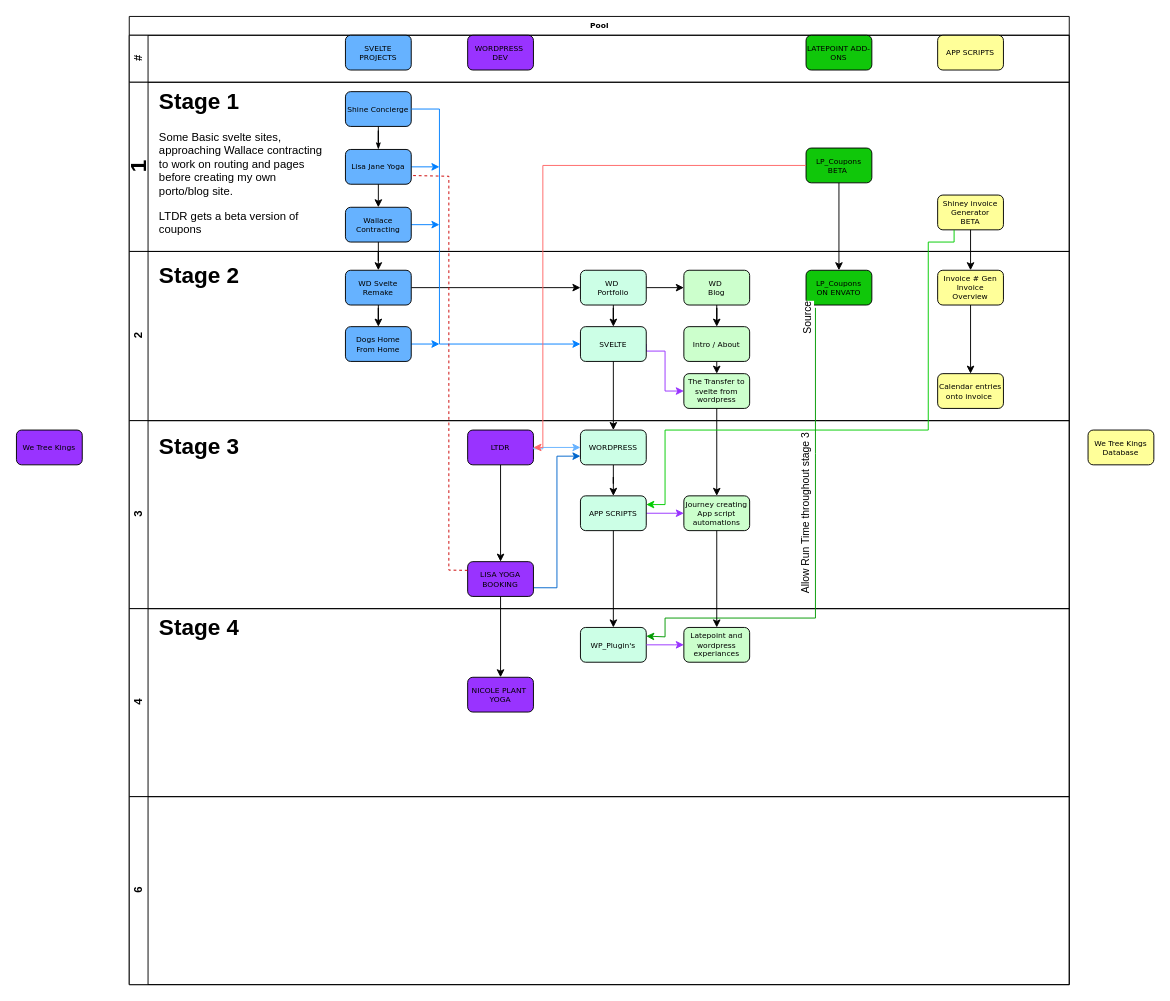
Above: Untitled Diagram.drawio in weedavedev/pathway (draw.io), before the change. Source tidied: cells renumbered, new cells numbered last; positions are measured from the earlier drawing's top-left corner, leaving out a move shared by most shapes. Both pictures are drawn from the tidied source at 94%, with x=0, y=0 at pixel (16, 16).
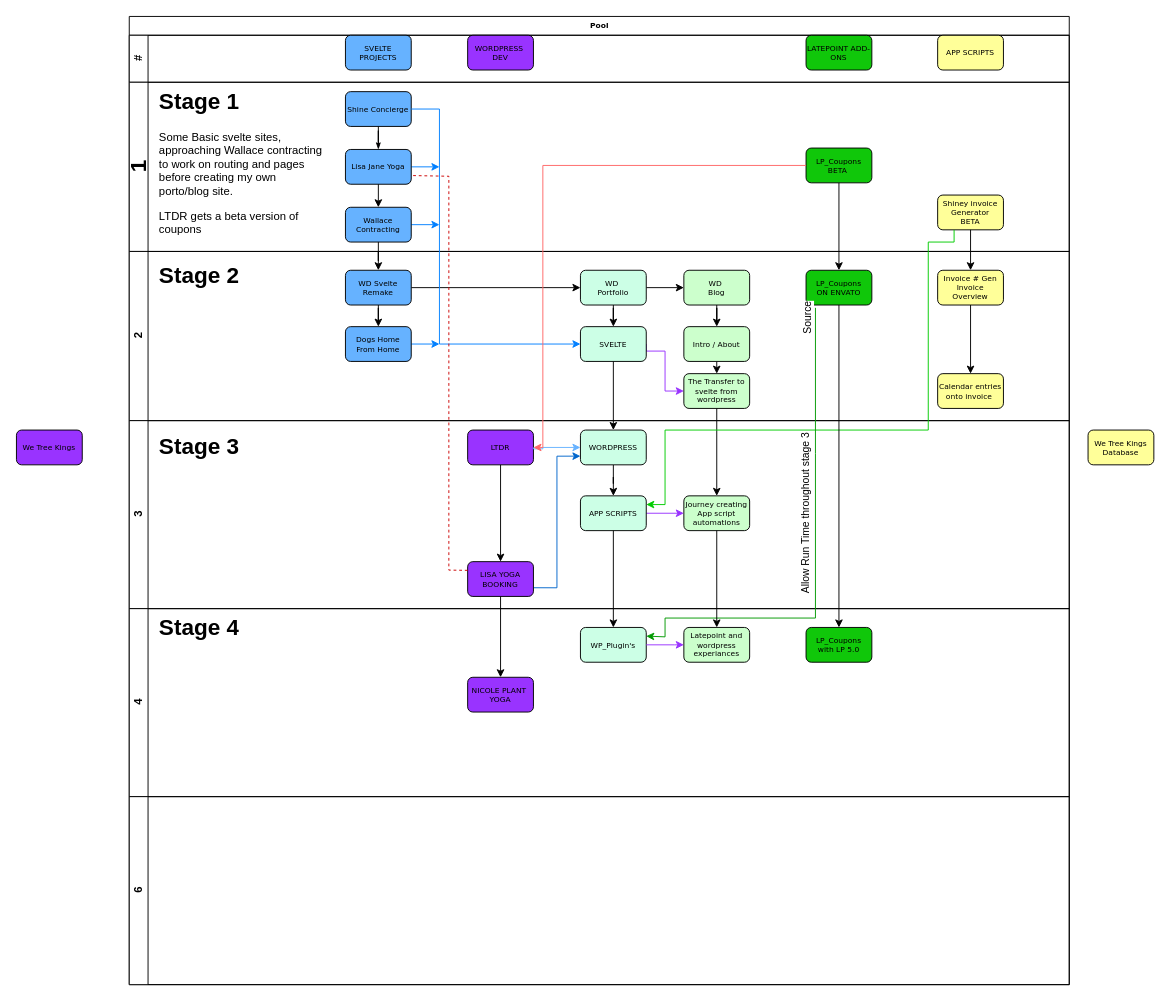
The same diagram, later.

Unchanged cells that the change refers to:
```xml
<mxCell id="2" value="Pool" style="swimlane;html=1;horizontal=1;startSize=20;rounded=0;shadow=0;labelBackgroundColor=none;strokeWidth=1;fontFamily=Verdana;fontSize=8;align=center;" parent="1" vertex="1">
  <mxGeometry x="120" width="1000" height="1030" as="geometry" />
</mxCell>
<mxCell id="34" value="LP_Coupons&lt;br&gt;ON ENVATO" style="rounded=1;whiteSpace=wrap;html=1;shadow=0;labelBackgroundColor=none;strokeWidth=1;fontFamily=Verdana;fontSize=8;align=center;fillColor=#10C70A;" parent="21" vertex="1">
  <mxGeometry x="720" y="20" width="70" height="37" as="geometry" />
</mxCell>
<mxCell id="58" value="4" style="swimlane;html=1;startSize=20;horizontal=0;" parent="2" vertex="1">
  <mxGeometry y="630" width="1000" height="200" as="geometry" />
</mxCell>
```

Change to the diagram source:
```diff
@@
+    <mxCell id="79" value="LP_Coupons&lt;br&gt;with LP 5.0" style="rounded=1;whiteSpace=wrap;html=1;shadow=0;labelBackgroundColor=none;strokeWidth=1;fontFamily=Verdana;fontSize=8;align=center;fillColor=#10C70A;" parent="58" vertex="1">
+      <mxGeometry x="720" y="20" width="70" height="37" as="geometry" />
+    </mxCell>
@@
+    <mxCell id="80" style="edgeStyle=orthogonalEdgeStyle;rounded=0;jettySize=auto;html=1;" parent="2" edge="1" source="34" target="79">
+      <mxGeometry relative="1" as="geometry" />
+    </mxCell>
```
